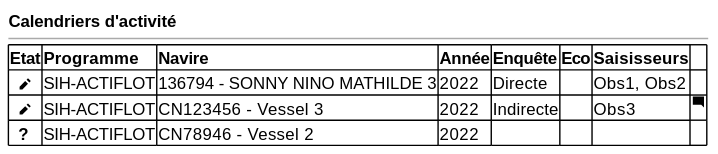
Earlier version of the PlantUML export projects/activity-calendar/spe/images/activity-calendar-table.svg (sumaris-net/sumaris-doc).
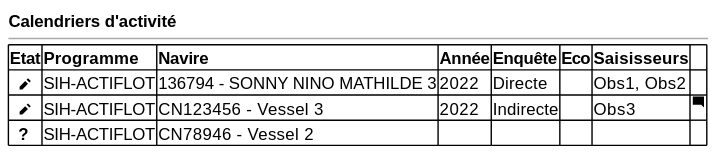
The same file after the commit.

Change to the diagram source:
```diff
@@ -7,7 +7,7 @@
      <b>Etat | <b>Programme | <b>Navire   | <b>Année | <b>Enquête | <b>Eco |<b>Saisisseurs | .
      <b>  <&pencil> | SIH-ACTIFLOT | 136794 - SONNY NINO MATHILDE 3 | 2022 | Directe | . | Obs1, Obs2 | .
      <b>  <&pencil> | SIH-ACTIFLOT | CN123456 - Vessel 3 | 2022 | Indirecte | . | Obs3 | <&comment-square>
-     <b>  ? | SIH-ACTIFLOT | CN78946 - Vessel 2 | 2022 | . | . | .
+     <b>  ? | SIH-ACTIFLOT | CN78946 - Vessel 2 | . | . | . | .
     }
 
 }
```
